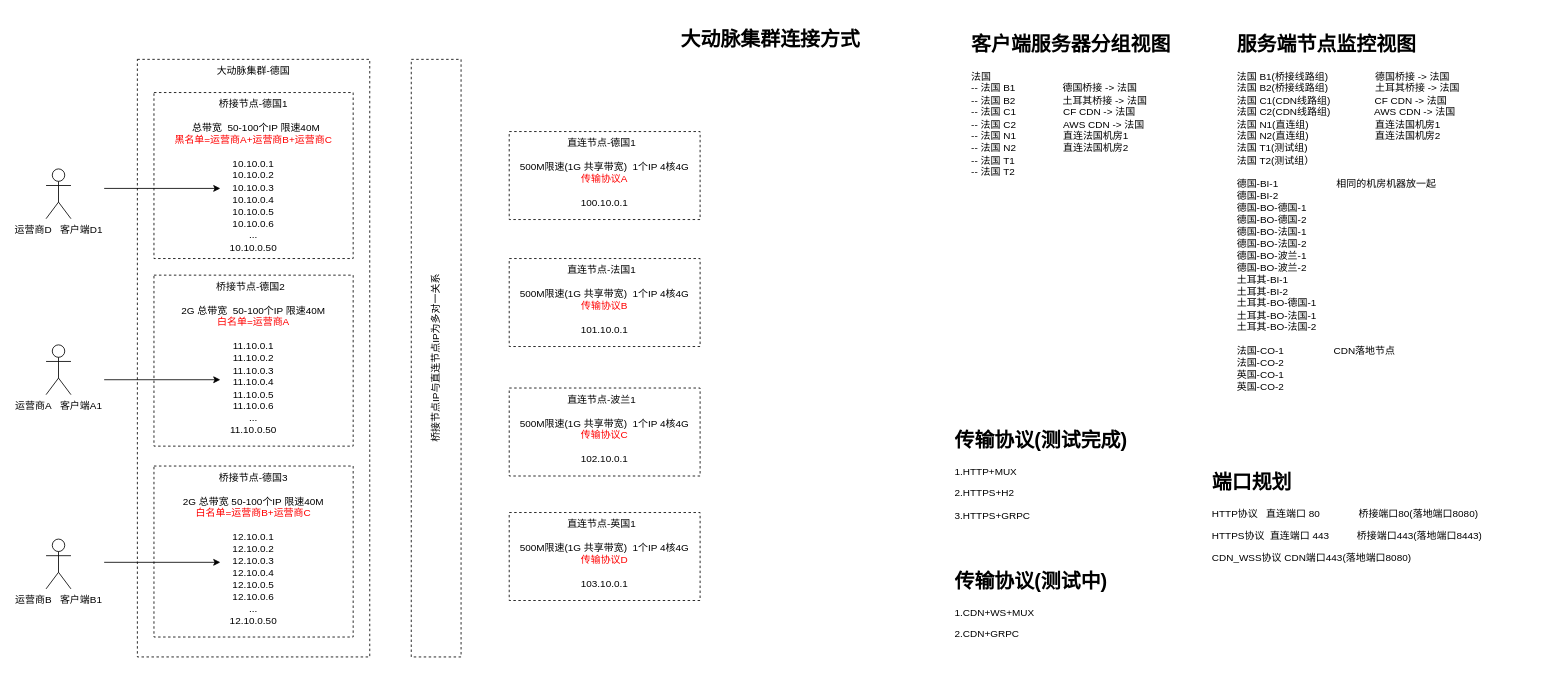
Earlier version of the draw.io diagram JUMPJUMP规划.drawio (stardicky/drawio). Source tidied: cells renumbered, new cells numbered last; positions are measured from the earlier drawing's top-left corner, leaving out a move shared by most shapes. Both pictures are drawn from the tidied source at 83%, with x=0, y=0 at pixel (46, 22).
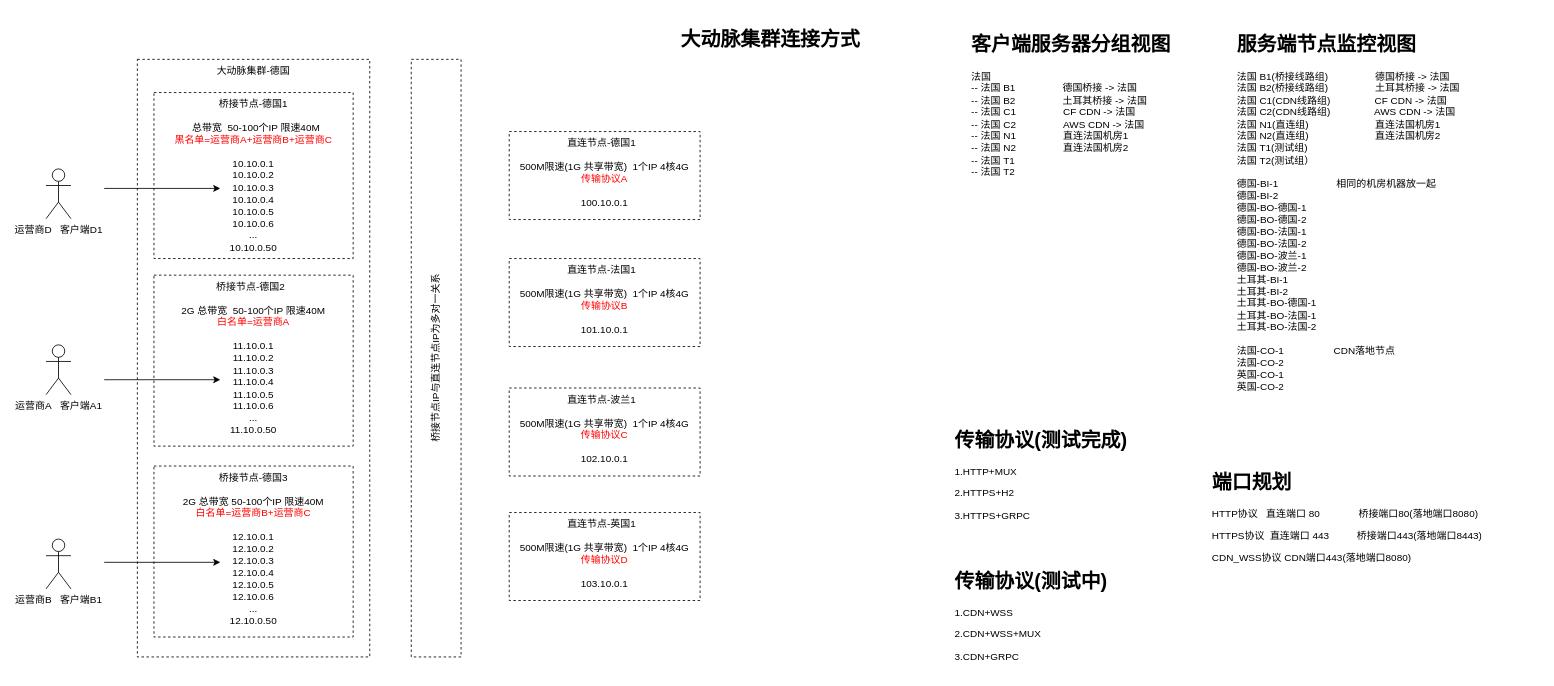
The same page after the edit.

Change to the diagram source:
```diff
@@
-    <mxCell id="18" value="&lt;h1&gt;传输协议(测试中)&lt;/h1&gt;&lt;p&gt;1.CDN+WS+MUX&lt;br&gt;&lt;/p&gt;&lt;p&gt;2.CDN+GRPC&lt;/p&gt;" style="text;html=1;strokeColor=none;fillColor=none;spacing=5;spacingTop=-20;whiteSpace=wrap;overflow=hidden;rounded=0;" parent="1" vertex="1">
+    <mxCell id="18" value="&lt;h1&gt;传输协议(测试中)&lt;/h1&gt;&lt;p&gt;1.CDN+WSS&lt;/p&gt;&lt;p&gt;2.CDN+WSS+MUX&lt;br&gt;&lt;/p&gt;&lt;p&gt;3.CDN+GRPC&lt;/p&gt;" style="text;html=1;strokeColor=none;fillColor=none;spacing=5;spacingTop=-20;whiteSpace=wrap;overflow=hidden;rounded=0;" parent="1" vertex="1">
       <mxGeometry x="1090" y="653" width="220" height="130" as="geometry" />
     </mxCell>
```
